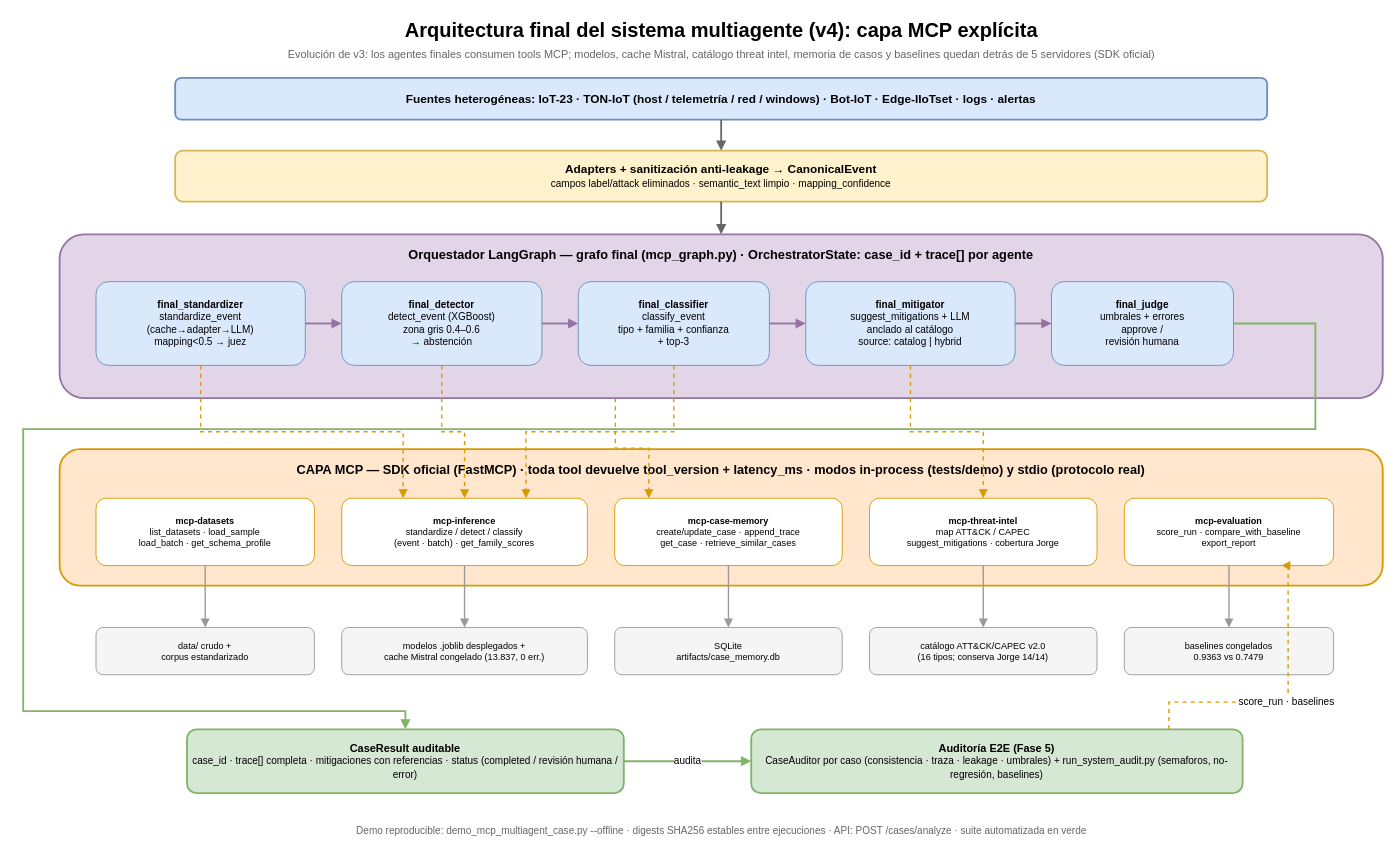
Above: docs/comparativa_arquitectura_tfm_v4_mcp.drawio in ManuelGRT/multi-agent-iot-threat-analysis (draw.io), before the change. Source tidied: cells renumbered, new cells numbered last; positions are measured from the earlier drawing's top-left corner, leaving out a move shared by most shapes. Both pictures are drawn from the tidied source at 91%, with x=0, y=0 at pixel (23, 15).
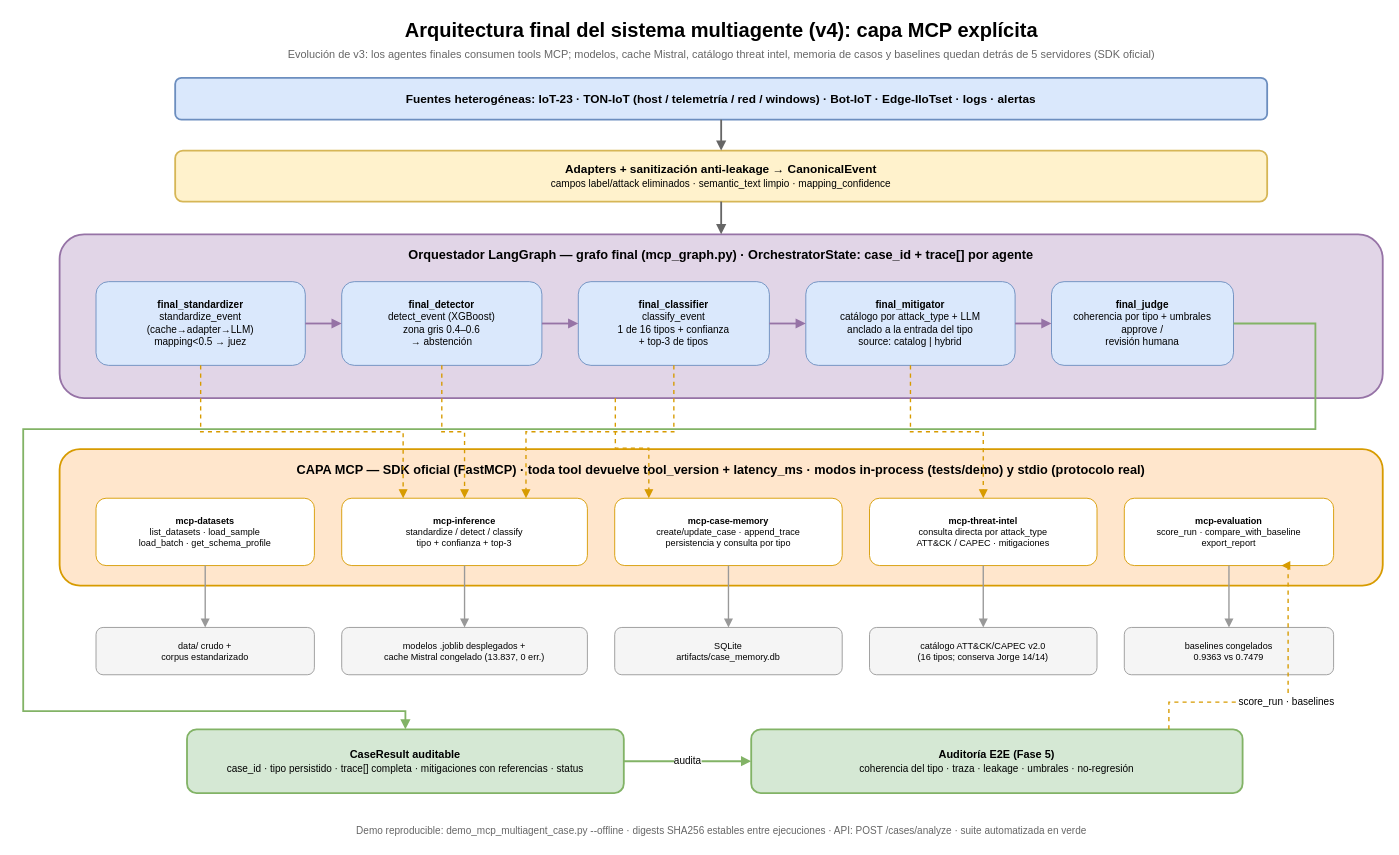
The same page after the edit.

Commit message (it also covers changes not shown here):
docs: alinea la arquitectura con el catalogo por tipo

What changed in the source:
```diff
@@
-    <mxCell id="9" value="&lt;b&gt;final_classifier&lt;/b&gt;&lt;br&gt;classify_event&lt;br&gt;tipo + familia + confianza&lt;br&gt;+ top-3" style="rounded=1;whiteSpace=wrap;html=1;fillColor=#dae8fc;strokeColor=#6c8ebf;fontSize=11;align=center;verticalAlign=middle;spacing=4;" parent="1" vertex="1">
+    <mxCell id="9" value="&lt;b&gt;final_classifier&lt;/b&gt;&lt;br&gt;classify_event&lt;br&gt;1 de 16 tipos + confianza&lt;br&gt;+ top-3 de tipos" style="rounded=1;whiteSpace=wrap;html=1;fillColor=#dae8fc;strokeColor=#6c8ebf;fontSize=11;align=center;verticalAlign=middle;spacing=4;" parent="1" vertex="1">
       <mxGeometry x="610" y="292" width="210" height="92" as="geometry" />
     </mxCell>
-    <mxCell id="10" value="&lt;b&gt;final_mitigator&lt;/b&gt;&lt;br&gt;suggest_mitigations + LLM&lt;br&gt;anclado al catálogo&lt;br&gt;source: catalog | hybrid" style="rounded=1;whiteSpace=wrap;html=1;fillColor=#dae8fc;strokeColor=#6c8ebf;fontSize=11;align=center;verticalAlign=middle;spacing=4;" parent="1" vertex="1">
+    <mxCell id="10" value="&lt;b&gt;final_mitigator&lt;/b&gt;&lt;br&gt;catálogo por attack_type + LLM&lt;br&gt;anclado a la entrada del tipo&lt;br&gt;source: catalog | hybrid" style="rounded=1;whiteSpace=wrap;html=1;fillColor=#dae8fc;strokeColor=#6c8ebf;fontSize=11;align=center;verticalAlign=middle;spacing=4;" parent="1" vertex="1">
       <mxGeometry x="860" y="292" width="230" height="92" as="geometry" />
     </mxCell>
-    <mxCell id="11" value="&lt;b&gt;final_judge&lt;/b&gt;&lt;br&gt;umbrales + errores&lt;br&gt;approve /&lt;br&gt;revisión humana" style="rounded=1;whiteSpace=wrap;html=1;fillColor=#dae8fc;strokeColor=#6c8ebf;fontSize=11;align=center;verticalAlign=middle;spacing=4;" parent="1" vertex="1">
+    <mxCell id="11" value="&lt;b&gt;final_judge&lt;/b&gt;&lt;br&gt;coherencia por tipo + umbrales&lt;br&gt;approve /&lt;br&gt;revisión humana" style="rounded=1;whiteSpace=wrap;html=1;fillColor=#dae8fc;strokeColor=#6c8ebf;fontSize=11;align=center;verticalAlign=middle;spacing=4;" parent="1" vertex="1">
       <mxGeometry x="1130" y="292" width="200" height="92" as="geometry" />
     </mxCell>
@@
-    <mxCell id="14" value="&lt;b&gt;mcp-inference&lt;/b&gt;&lt;br&gt;standardize / detect / classify&lt;br&gt;(event · batch) · get_family_scores" style="rounded=1;whiteSpace=wrap;html=1;fillColor=#ffffff;strokeColor=#d79b00;fontSize=10;align=center;verticalAlign=middle;spacing=4;" parent="1" vertex="1">
+    <mxCell id="14" value="&lt;b&gt;mcp-inference&lt;/b&gt;&lt;br&gt;standardize / detect / classify&lt;br&gt;tipo + confianza + top-3" style="rounded=1;whiteSpace=wrap;html=1;fillColor=#ffffff;strokeColor=#d79b00;fontSize=10;align=center;verticalAlign=middle;spacing=4;" parent="1" vertex="1">
       <mxGeometry x="350" y="530" width="270" height="74" as="geometry" />
     </mxCell>
-    <mxCell id="15" value="&lt;b&gt;mcp-case-memory&lt;/b&gt;&lt;br&gt;create/update_case · append_trace&lt;br&gt;get_case · retrieve_similar_cases" style="rounded=1;whiteSpace=wrap;html=1;fillColor=#ffffff;strokeColor=#d79b00;fontSize=10;align=center;verticalAlign=middle;spacing=4;" parent="1" vertex="1">
+    <mxCell id="15" value="&lt;b&gt;mcp-case-memory&lt;/b&gt;&lt;br&gt;create/update_case · append_trace&lt;br&gt;persistencia y consulta por tipo" style="rounded=1;whiteSpace=wrap;html=1;fillColor=#ffffff;strokeColor=#d79b00;fontSize=10;align=center;verticalAlign=middle;spacing=4;" parent="1" vertex="1">
       <mxGeometry x="650" y="530" width="250" height="74" as="geometry" />
     </mxCell>
-    <mxCell id="16" value="&lt;b&gt;mcp-threat-intel&lt;/b&gt;&lt;br&gt;map ATT&amp;amp;CK / CAPEC&lt;br&gt;suggest_mitigations · cobertura Jorge" style="rounded=1;whiteSpace=wrap;html=1;fillColor=#ffffff;strokeColor=#d79b00;fontSize=10;align=center;verticalAlign=middle;spacing=4;" parent="1" vertex="1">
+    <mxCell id="16" value="&lt;b&gt;mcp-threat-intel&lt;/b&gt;&lt;br&gt;consulta directa por attack_type&lt;br&gt;ATT&amp;amp;CK / CAPEC · mitigaciones" style="rounded=1;whiteSpace=wrap;html=1;fillColor=#ffffff;strokeColor=#d79b00;fontSize=10;align=center;verticalAlign=middle;spacing=4;" parent="1" vertex="1">
       <mxGeometry x="930" y="530" width="250" height="74" as="geometry" />
     </mxCell>
@@
-    <mxCell id="23" value="CaseResult auditable&lt;br&gt;&lt;span style=&quot;font-weight:normal;font-size:11px;&quot;&gt;case_id · trace[] completa · mitigaciones con referencias · status (completed / revisión humana / error)&lt;/span&gt;" style="rounded=1;whiteSpace=wrap;html=1;fillColor=#d5e8d4;strokeColor=#82b366;strokeWidth=2;fontSize=12;fontStyle=1;align=center;verticalAlign=middle;spacing=6;" parent="1" vertex="1">
+    <mxCell id="23" value="CaseResult auditable&lt;br&gt;&lt;span style=&quot;font-weight:normal;font-size:11px;&quot;&gt;case_id · tipo persistido · trace[] completa · mitigaciones con referencias · status&lt;/span&gt;" style="rounded=1;whiteSpace=wrap;html=1;fillColor=#d5e8d4;strokeColor=#82b366;strokeWidth=2;fontSize=12;fontStyle=1;align=center;verticalAlign=middle;spacing=6;" parent="1" vertex="1">
       <mxGeometry x="180" y="784" width="480" height="70" as="geometry" />
     </mxCell>
-    <mxCell id="24" value="Auditoría E2E (Fase 5)&lt;br&gt;&lt;span style=&quot;font-weight:normal;font-size:11px;&quot;&gt;CaseAuditor por caso (consistencia · traza · leakage · umbrales) + run_system_audit.py (semaforos, no-regresión, baselines)&lt;/span&gt;" style="rounded=1;whiteSpace=wrap;html=1;fillColor=#d5e8d4;strokeColor=#82b366;strokeWidth=2;dashed=0;fontSize=12;fontStyle=1;align=center;verticalAlign=middle;spacing=6;" parent="1" vertex="1">
+    <mxCell id="24" value="Auditoría E2E (Fase 5)&lt;br&gt;&lt;span style=&quot;font-weight:normal;font-size:11px;&quot;&gt;coherencia del tipo · traza · leakage · umbrales · no-regresión&lt;/span&gt;" style="rounded=1;whiteSpace=wrap;html=1;fillColor=#d5e8d4;strokeColor=#82b366;strokeWidth=2;dashed=0;fontSize=12;fontStyle=1;align=center;verticalAlign=middle;spacing=6;" parent="1" vertex="1">
       <mxGeometry x="800" y="784" width="540" height="70" as="geometry" />
     </mxCell>
```
